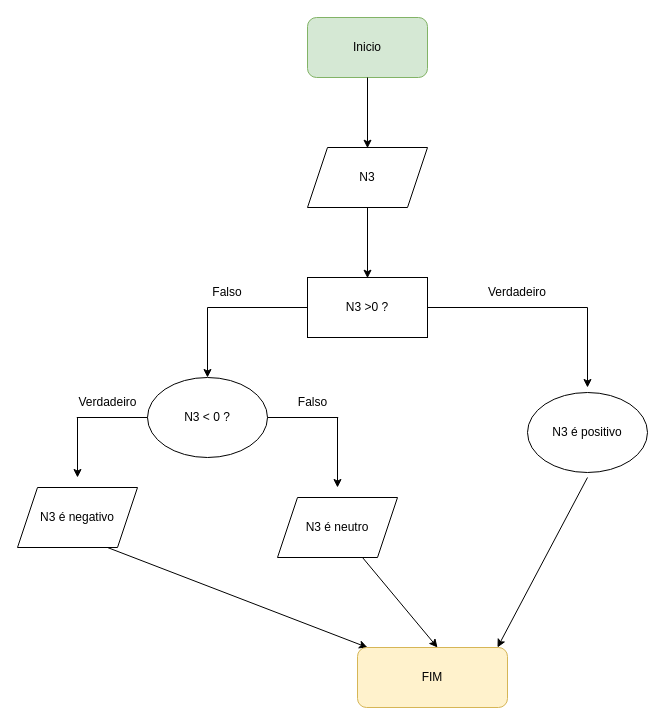
Before: page "B" (2 of 4) of ADO01 PI .drawio in Balduscojv/ADO-PI, a draw.io diagram. Source tidied: cells renumbered, new cells numbered last; positions are measured from the earlier drawing's top-left corner, leaving out a move shared by most shapes. Both pictures are drawn from the tidied source at 100%, with x=0, y=0 at pixel (17, 17).
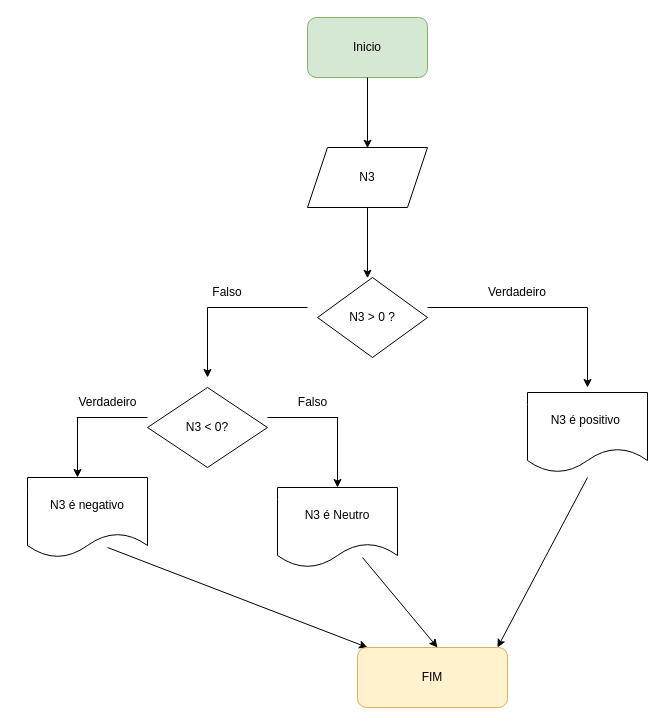
Above is the later version.

Change to the diagram source:
```diff
@@
-    <mxCell id="6" value="N3 &amp;gt;0 ?" style="rounded=0;whiteSpace=wrap;html=1;" parent="1" vertex="1">
-      <mxGeometry x="290" y="260" width="120" height="60" as="geometry" />
-    </mxCell>
-    <mxCell id="7" style="endArrow=classic;html=1;rounded=0;" parent="1" edge="1" source="6">
+    <mxCell id="7" style="endArrow=classic;html=1;rounded=0;" parent="1" edge="1">
       <mxGeometry relative="1" as="geometry">
+        <mxPoint x="290" y="290" as="sourcePoint" />
         <mxPoint x="190" y="360" as="targetPoint" />
         <Array as="points">
           <mxPoint x="190" y="290" />
         </Array>
       </mxGeometry>
     </mxCell>
@@
-    <mxCell id="9" value="N3 &amp;lt; 0 ?" style="ellipse;whiteSpace=wrap;html=1;" parent="1" vertex="1">
-      <mxGeometry x="130" y="360" width="120" height="80" as="geometry" />
-    </mxCell>
-    <mxCell id="10" style="endArrow=classic;html=1;rounded=0;" parent="1" edge="1" source="6">
+    <mxCell id="10" style="endArrow=classic;html=1;rounded=0;" parent="1" edge="1">
       <mxGeometry relative="1" as="geometry">
+        <mxPoint x="410" y="290" as="sourcePoint" />
         <mxPoint x="570" y="370" as="targetPoint" />
         <Array as="points">
           <mxPoint x="570" y="290" />
         </Array>
       </mxGeometry>
     </mxCell>
@@
-    <mxCell id="12" value="N3 é positivo" style="ellipse;whiteSpace=wrap;html=1;" parent="1" vertex="1">
-      <mxGeometry x="510" y="375" width="120" height="80" as="geometry" />
-    </mxCell>
@@
-    <mxCell id="15" style="endArrow=none;html=1;rounded=0;" parent="1" edge="1" source="9">
+    <mxCell id="15" style="endArrow=none;html=1;rounded=0;" parent="1" edge="1">
       <mxGeometry relative="1" as="geometry">
+        <mxPoint x="130" y="400" as="sourcePoint" />
         <mxPoint x="59.3" y="400" as="targetPoint" />
       </mxGeometry>
     </mxCell>
-    <mxCell id="16" style="endArrow=none;html=1;rounded=0;" parent="1" edge="1" source="9">
+    <mxCell id="16" style="endArrow=none;html=1;rounded=0;" parent="1" edge="1">
       <mxGeometry relative="1" as="geometry">
+        <mxPoint x="250" y="400" as="sourcePoint" />
         <mxPoint x="320.7" y="400" as="targetPoint" />
       </mxGeometry>
     </mxCell>
@@
-    <mxCell id="18" value="N3 é negativo" style="shape=parallelogram;perimeter=parallelogramPerimeter;whiteSpace=wrap;html=1;fixedSize=1;" parent="1" vertex="1">
-      <mxGeometry y="470" width="120" height="60" as="geometry" />
-    </mxCell>
@@
-    <mxCell id="20" value="N3 é neutro" style="shape=parallelogram;perimeter=parallelogramPerimeter;whiteSpace=wrap;html=1;fixedSize=1;" parent="1" vertex="1">
-      <mxGeometry x="260" y="480" width="120" height="60" as="geometry" />
-    </mxCell>
@@
-    <mxCell id="23" style="endArrow=classic;html=1;rounded=0;" parent="1" edge="1" source="20">
+    <mxCell id="23" style="endArrow=classic;html=1;rounded=0;" parent="1" edge="1">
       <mxGeometry relative="1" as="geometry">
+        <mxPoint x="345" y="540" as="sourcePoint" />
         <mxPoint x="420" y="630" as="targetPoint" />
       </mxGeometry>
     </mxCell>
@@
+    <mxCell id="25" value="N3 &amp;gt; 0 ?" style="rhombus;whiteSpace=wrap;html=1;" parent="1" vertex="1">
+      <mxGeometry x="300" y="260" width="110" height="80" as="geometry" />
+    </mxCell>
+    <mxCell id="12" value="N3 é positivo&amp;nbsp;" style="shape=document;whiteSpace=wrap;html=1;boundedLbl=1;" parent="1" vertex="1">
+      <mxGeometry x="510" y="375" width="120" height="80" as="geometry" />
+    </mxCell>
+    <mxCell id="26" value="N3 &amp;lt; 0?" style="rhombus;whiteSpace=wrap;html=1;" parent="1" vertex="1">
+      <mxGeometry x="130" y="370" width="120" height="80" as="geometry" />
+    </mxCell>
+    <mxCell id="18" value="N3 é negativo" style="shape=document;whiteSpace=wrap;html=1;boundedLbl=1;" parent="1" vertex="1">
+      <mxGeometry x="10" y="460" width="120" height="80" as="geometry" />
+    </mxCell>
+    <mxCell id="27" value="N3 é Neutro" style="shape=document;whiteSpace=wrap;html=1;boundedLbl=1;" parent="1" vertex="1">
+      <mxGeometry x="260" y="470" width="120" height="80" as="geometry" />
+    </mxCell>
```
